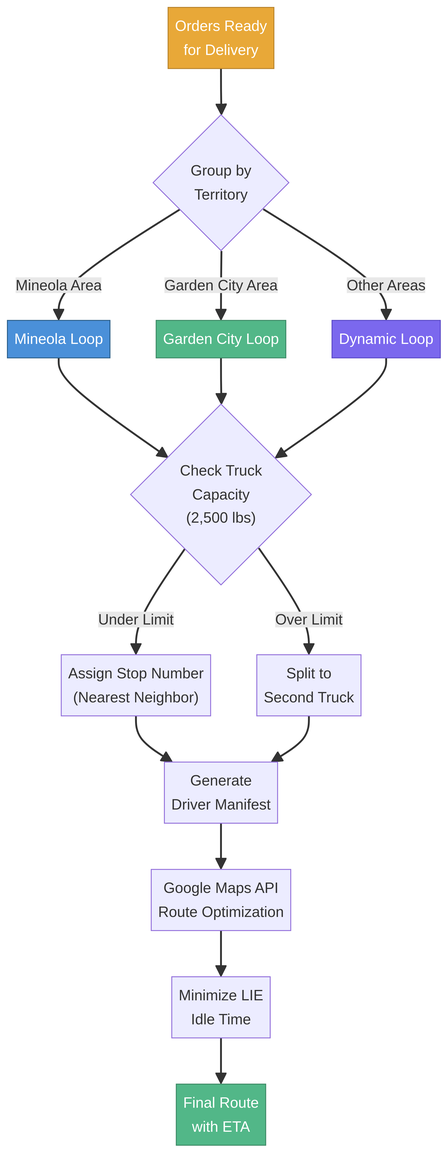
The Mermaid diagram docs/diagrams/04_delivery_routing.png in sk6786/AliWholesaleSaas, before a commit. Its source is kept beside it as docs/diagrams/04_delivery_routing.mmd. Source of this version:
```mermaid
flowchart TD
    A["Orders Ready<br/>for Delivery"] --> B{"Group by<br/>Territory"}

    B -->|"Mineola Area"| C["Mineola Loop"]
    B -->|"Garden City Area"| D["Garden City Loop"]
    B -->|"Other Areas"| E["Dynamic Loop"]

    C --> F{"Check Truck<br/>Capacity<br/>(2,500 lbs)"}
    D --> F
    E --> F

    F -->|"Under Limit"| G["Assign Stop Number<br/>(Nearest Neighbor)"]
    F -->|"Over Limit"| H["Split to<br/>Second Truck"]

    G --> I["Generate<br/>Driver Manifest"]
    H --> I

    I --> J["Google Maps API<br/>Route Optimization"]
    J --> K["Minimize LIE<br/>Idle Time"]
    K --> L["Final Route<br/>with ETA"]

    style A fill:#E8A838,stroke:#B8832C,color:#fff
    style C fill:#4A90D9,stroke:#2C5F8A,color:#fff
    style D fill:#52B788,stroke:#3E8A66,color:#fff
    style E fill:#7B68EE,stroke:#5B4BC7,color:#fff
    style L fill:#52B788,stroke:#3E8A66,color:#fff
```
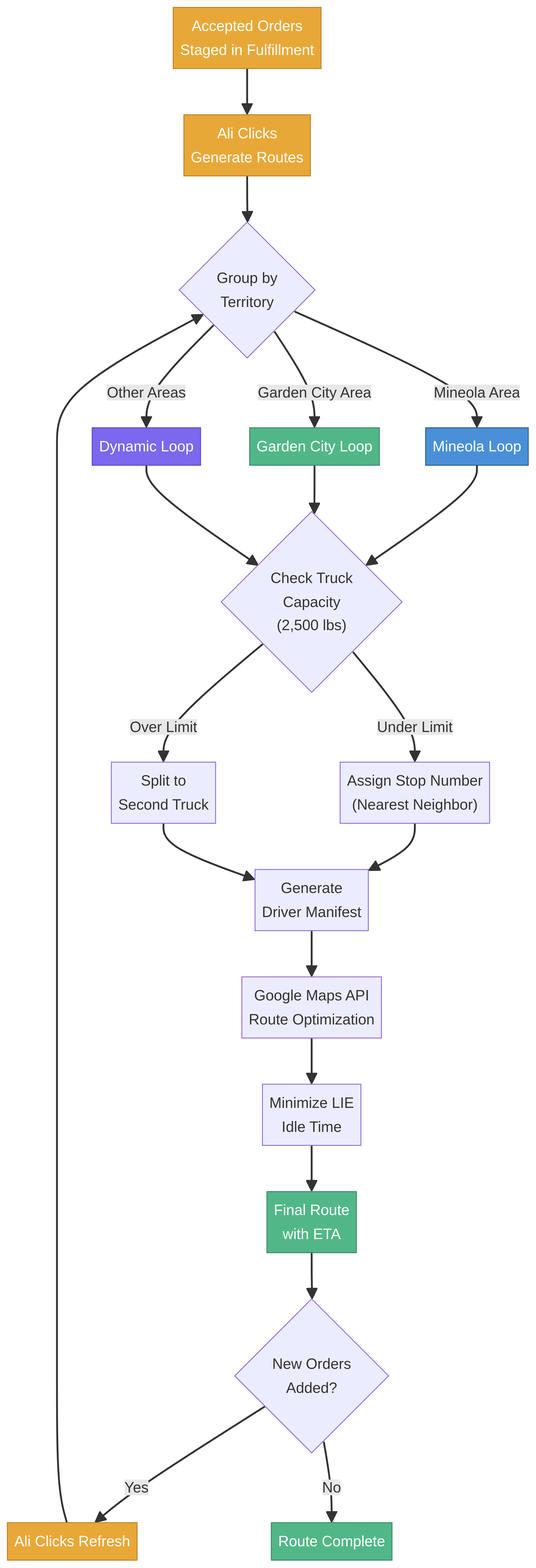
The same file after the commit.

Commit message:
Update all docs and diagrams: staged fulfillment, Generate Routes, two-panel layout

The edit, as a diff of the source:
```diff
@@ -1,5 +1,6 @@
 flowchart TD
-    A["Orders Ready<br/>for Delivery"] --> B{"Group by<br/>Territory"}
+    Z["Accepted Orders<br/>Staged in Fulfillment"] --> A["Ali Clicks<br/>Generate Routes"]
+    A --> B{"Group by<br/>Territory"}
 
     B -->|"Mineola Area"| C["Mineola Loop"]
     B -->|"Garden City Area"| D["Garden City Loop"]
@@ -19,8 +20,16 @@
     J --> K["Minimize LIE<br/>Idle Time"]
     K --> L["Final Route<br/>with ETA"]
 
+    L --> M{"New Orders<br/>Added?"}
+    M -->|"Yes"| N["Ali Clicks Refresh"]
+    N --> B
+    M -->|"No"| O["Route Complete"]
+
+    style Z fill:#E8A838,stroke:#B8832C,color:#fff
     style A fill:#E8A838,stroke:#B8832C,color:#fff
+    style N fill:#E8A838,stroke:#B8832C,color:#fff
     style C fill:#4A90D9,stroke:#2C5F8A,color:#fff
     style D fill:#52B788,stroke:#3E8A66,color:#fff
     style E fill:#7B68EE,stroke:#5B4BC7,color:#fff
     style L fill:#52B788,stroke:#3E8A66,color:#fff
+    style O fill:#52B788,stroke:#3E8A66,color:#fff
```
